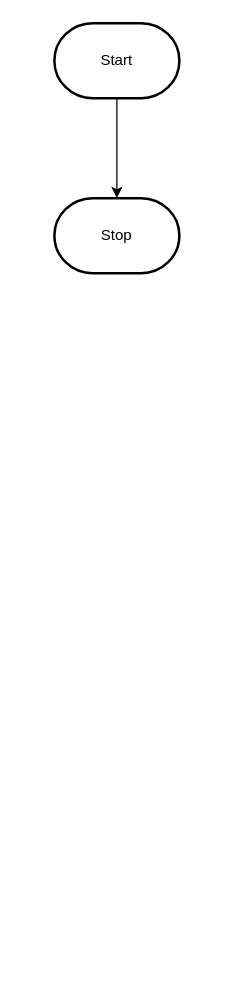
Earlier version of the draw.io diagram design/flowchart.drawio (MTHS-ICD2O-1-2023/ICD2O-Unit-5-06-jinyuzhe-calista-e). Source tidied: cells renumbered, new cells numbered last; positions are measured from the earlier drawing's top-left corner, leaving out a move shared by most shapes. Both pictures are drawn from the tidied source at 125%, with x=0, y=0 at pixel (54, 22).
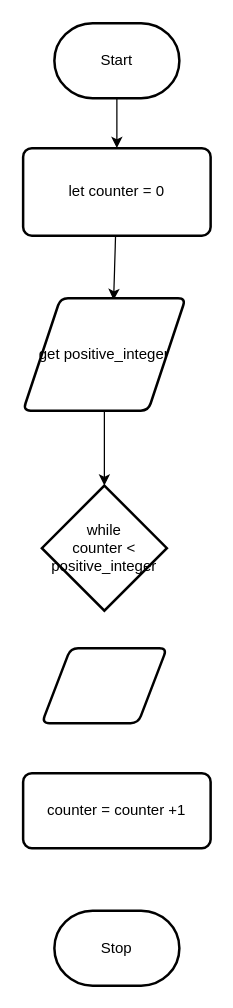
After the change.

The edit, as a diff of the source:
```diff
@@
 <mxGraphModel>
   <root>
     <mxCell id="0" />
     <mxCell id="1" parent="0" />
-    <mxCell id="2" style="edgeStyle=orthogonalEdgeStyle;html=1;rounded=0;" parent="1" edge="1" source="3" target="4">
-      <mxGeometry relative="1" as="geometry" />
-    </mxCell>
+    <mxCell id="5" style="edgeStyle=none;html=1;entryX=0.5;entryY=0;entryDx=0;entryDy=0;" parent="1" edge="1" source="3" target="2">
+      <mxGeometry relative="1" as="geometry" />
+    </mxCell>
     <mxCell id="3" value="Start" style="strokeWidth=2;html=1;shape=mxgraph.flowchart.terminator;whiteSpace=wrap;" parent="1" vertex="1">
       <mxGeometry width="100" height="60" as="geometry" />
     </mxCell>
     <mxCell id="4" value="Stop" style="strokeWidth=2;html=1;shape=mxgraph.flowchart.terminator;whiteSpace=wrap;" parent="1" vertex="1">
-      <mxGeometry y="140" width="100" height="60" as="geometry" />
+      <mxGeometry y="710" width="100" height="60" as="geometry" />
     </mxCell>
+    <mxCell id="6" style="edgeStyle=none;html=1;entryX=0.557;entryY=0.017;entryDx=0;entryDy=0;entryPerimeter=0;" parent="1" edge="1" source="2" target="8">
+      <mxGeometry relative="1" as="geometry" />
+    </mxCell>
+    <mxCell id="2" value="let counter = 0" style="rounded=1;whiteSpace=wrap;html=1;absoluteArcSize=1;arcSize=14;strokeWidth=2;" parent="1" vertex="1">
+      <mxGeometry x="-25" y="100" width="150" height="70" as="geometry" />
+    </mxCell>
+    <mxCell id="7" style="edgeStyle=none;html=1;entryX=0.5;entryY=0;entryDx=0;entryDy=0;entryPerimeter=0;" parent="1" edge="1" source="8" target="9">
+      <mxGeometry relative="1" as="geometry" />
+    </mxCell>
+    <mxCell id="8" value="get positive_integer" style="shape=parallelogram;html=1;strokeWidth=2;perimeter=parallelogramPerimeter;whiteSpace=wrap;rounded=1;arcSize=12;size=0.23;" parent="1" vertex="1">
+      <mxGeometry x="-25" y="220" width="130" height="90" as="geometry" />
+    </mxCell>
+    <mxCell id="9" value="while&lt;br&gt;counter &amp;lt;&lt;br&gt;positive_integer" style="strokeWidth=2;html=1;shape=mxgraph.flowchart.decision;whiteSpace=wrap;" parent="1" vertex="1">
+      <mxGeometry x="-10" y="370" width="100" height="100" as="geometry" />
+    </mxCell>
+    <mxCell id="10" style="shape=parallelogram;html=1;strokeWidth=2;perimeter=parallelogramPerimeter;whiteSpace=wrap;rounded=1;arcSize=12;size=0.23;" parent="1" vertex="1">
+      <mxGeometry x="-10" y="500" width="100" height="60" as="geometry" />
+    </mxCell>
+    <mxCell id="11" value="counter = counter +1" style="rounded=1;whiteSpace=wrap;html=1;absoluteArcSize=1;arcSize=14;strokeWidth=2;" parent="1" vertex="1">
+      <mxGeometry x="-25" y="600" width="150" height="60" as="geometry" />
+    </mxCell>
   </root>
 </mxGraphModel>
```
